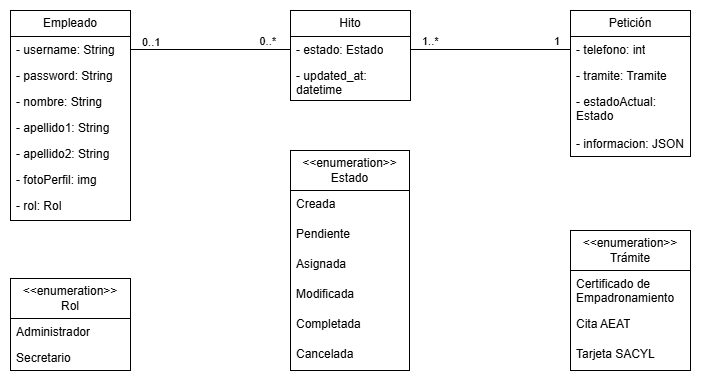
Earlier version of the draw.io export documents/img/diagramas/modelo_dominio.png (humaral/tfg). Source tidied: cells renumbered, new cells last; positions are measured from the earlier drawing's top-left corner, leaving out a move shared by most shapes.
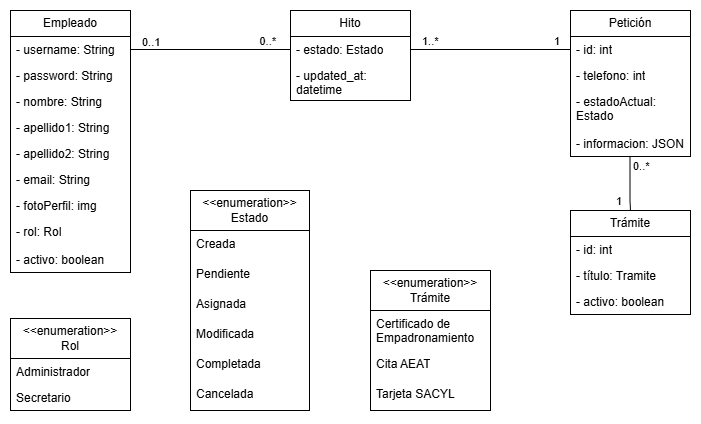
The same file after the commit.

What changed in the source:
```diff
@@ -3,7 +3,7 @@
     <mxCell id="0" />
     <mxCell id="1" parent="0" />
     <mxCell id="2" value="Empleado" style="swimlane;fontStyle=0;horizontal=1;startSize=26;fillColor=none;whiteSpace=wrap;html=1;" parent="1" vertex="1">
-      <mxGeometry width="120" height="210" as="geometry" />
+      <mxGeometry width="120" height="262" as="geometry" />
     </mxCell>
     <mxCell id="3" value="- username: String" style="text;strokeColor=none;fillColor=none;align=left;verticalAlign=top;spacingLeft=4;spacingRight=4;overflow=hidden;points=[[0,0.5],[1,0.5]];portConstraint=eastwest;whiteSpace=wrap;html=1;" parent="2" vertex="1">
       <mxGeometry y="26" width="120" height="26" as="geometry" />
@@ -20,12 +20,18 @@
     <mxCell id="7" value="- apellido2: String" style="text;strokeColor=none;fillColor=none;align=left;verticalAlign=top;spacingLeft=4;spacingRight=4;overflow=hidden;whiteSpace=wrap;html=1;" parent="2" vertex="1">
       <mxGeometry y="130" width="120" height="26" as="geometry" />
     </mxCell>
+    <mxCell id="38" value="- email: String" style="text;strokeColor=none;fillColor=none;align=left;verticalAlign=top;spacingLeft=4;spacingRight=4;overflow=hidden;whiteSpace=wrap;html=1;" parent="2" vertex="1">
+      <mxGeometry y="156" width="120" height="26" as="geometry" />
+    </mxCell>
     <mxCell id="8" value="- fotoPerfil: img" style="text;strokeColor=none;fillColor=none;align=left;verticalAlign=top;spacingLeft=4;spacingRight=4;overflow=hidden;whiteSpace=wrap;html=1;" parent="2" vertex="1">
-      <mxGeometry y="156" width="120" height="26" as="geometry" />
+      <mxGeometry y="182" width="120" height="26" as="geometry" />
     </mxCell>
     <mxCell id="9" value="- rol: Rol" style="text;strokeColor=none;fillColor=none;align=left;verticalAlign=top;spacingLeft=4;spacingRight=4;overflow=hidden;whiteSpace=wrap;html=1;" parent="2" vertex="1">
-      <mxGeometry y="182" width="120" height="28" as="geometry" />
+      <mxGeometry y="208" width="120" height="28" as="geometry" />
     </mxCell>
+    <mxCell id="39" value="- activo: boolean" style="text;strokeColor=none;fillColor=none;align=left;verticalAlign=top;spacingLeft=4;spacingRight=4;overflow=hidden;whiteSpace=wrap;html=1;" parent="2" vertex="1">
+      <mxGeometry y="236" width="120" height="26" as="geometry" />
+    </mxCell>
     <mxCell id="10" value="Hito" style="swimlane;fontStyle=0;horizontal=1;startSize=26;fillColor=none;whiteSpace=wrap;html=1;" parent="1" vertex="1">
       <mxGeometry x="280" width="120" height="90" as="geometry" />
     </mxCell>
@@ -38,12 +44,12 @@
     <mxCell id="13" value="Petición" style="swimlane;fontStyle=0;horizontal=1;startSize=26;fillColor=none;whiteSpace=wrap;html=1;" parent="1" vertex="1">
       <mxGeometry x="560" width="120" height="146" as="geometry" />
     </mxCell>
-    <mxCell id="14" value="- telefono: int" style="text;strokeColor=none;fillColor=none;align=left;verticalAlign=top;spacingLeft=4;spacingRight=4;overflow=hidden;points=[[0,0.5],[1,0.5]];portConstraint=eastwest;whiteSpace=wrap;html=1;" parent="13" vertex="1">
+    <mxCell id="14" value="- id: int" style="text;strokeColor=none;fillColor=none;align=left;verticalAlign=top;spacingLeft=4;spacingRight=4;overflow=hidden;points=[[0,0.5],[1,0.5]];portConstraint=eastwest;whiteSpace=wrap;html=1;" parent="13" vertex="1">
       <mxGeometry y="26" width="120" height="26" as="geometry" />
     </mxCell>
-    <mxCell id="15" value="- tramite: Tramite" style="text;strokeColor=none;fillColor=none;align=left;verticalAlign=top;spacingLeft=4;spacingRight=4;overflow=hidden;whiteSpace=wrap;html=1;" parent="13" vertex="1">
-      <mxGeometry y="52" width="120" height="26" as="geometry" />
-    </mxCell>
+    <mxCell id="40" value="- telefono: int" style="text;strokeColor=none;fillColor=none;align=left;verticalAlign=top;spacingLeft=4;spacingRight=4;overflow=hidden;whiteSpace=wrap;html=1;" parent="13" vertex="1">
+      <mxGeometry y="52" width="120" height="26" as="geometry" />
+    </mxCell>
     <mxCell id="16" value="- estadoActual: Estado" style="text;strokeColor=none;fillColor=none;align=left;verticalAlign=top;spacingLeft=4;spacingRight=4;overflow=hidden;whiteSpace=wrap;html=1;" parent="13" vertex="1">
       <mxGeometry y="78" width="120" height="42" as="geometry" />
     </mxCell>
@@ -51,7 +57,7 @@
       <mxGeometry y="120" width="120" height="26" as="geometry" />
     </mxCell>
     <mxCell id="18" value="&lt;div&gt;&amp;lt;&amp;lt;enumeration&amp;gt;&amp;gt;&lt;/div&gt;Rol" style="swimlane;fontStyle=0;horizontal=1;startSize=40;fillColor=none;whiteSpace=wrap;html=1;" parent="1" vertex="1">
-      <mxGeometry y="268" width="120" height="92" as="geometry" />
+      <mxGeometry y="308" width="120" height="92" as="geometry" />
     </mxCell>
     <mxCell id="19" value="Administrador" style="text;strokeColor=none;fillColor=none;align=left;verticalAlign=top;spacingLeft=4;spacingRight=4;overflow=hidden;whiteSpace=wrap;html=1;" parent="18" vertex="1">
       <mxGeometry y="40" width="120" height="26" as="geometry" />
@@ -60,7 +66,7 @@
       <mxGeometry y="66" width="120" height="26" as="geometry" />
     </mxCell>
     <mxCell id="21" value="&lt;div&gt;&amp;lt;&amp;lt;enumeration&amp;gt;&amp;gt;&lt;/div&gt;Trámite" style="swimlane;fontStyle=0;horizontal=1;startSize=40;fillColor=none;whiteSpace=wrap;html=1;" parent="1" vertex="1">
-      <mxGeometry x="560" y="220" width="120" height="140" as="geometry" />
+      <mxGeometry x="360" y="260" width="120" height="140" as="geometry" />
     </mxCell>
     <mxCell id="22" value="Certificado de Empadronamiento" style="text;strokeColor=none;fillColor=none;align=left;verticalAlign=top;spacingLeft=4;spacingRight=4;overflow=hidden;whiteSpace=wrap;html=1;" parent="21" vertex="1">
       <mxGeometry y="40" width="120" height="40" as="geometry" />
@@ -72,7 +78,7 @@
       <mxGeometry y="110" width="120" height="30" as="geometry" />
     </mxCell>
     <mxCell id="25" value="&lt;div&gt;&amp;lt;&amp;lt;enumeration&amp;gt;&amp;gt;&lt;/div&gt;Estado" style="swimlane;fontStyle=0;horizontal=1;startSize=40;fillColor=none;whiteSpace=wrap;html=1;" parent="1" vertex="1">
-      <mxGeometry x="280" y="140" width="119" height="220" as="geometry" />
+      <mxGeometry x="180" y="180" width="119" height="220" as="geometry" />
     </mxCell>
     <mxCell id="26" value="Creada" style="text;strokeColor=none;fillColor=none;align=left;verticalAlign=top;spacingLeft=4;spacingRight=4;overflow=hidden;whiteSpace=wrap;html=1;" parent="25" vertex="1">
       <mxGeometry y="40" width="119" height="30" as="geometry" />
@@ -118,5 +124,35 @@
         <mxPoint x="-10" as="offset" />
       </mxGeometry>
     </mxCell>
+    <mxCell id="41" value="Trámite" style="swimlane;fontStyle=0;horizontal=1;startSize=26;fillColor=none;whiteSpace=wrap;html=1;" parent="1" vertex="1">
+      <mxGeometry x="560" y="200" width="120" height="104" as="geometry" />
+    </mxCell>
+    <mxCell id="42" value="- id: int" style="text;strokeColor=none;fillColor=none;align=left;verticalAlign=top;spacingLeft=4;spacingRight=4;overflow=hidden;whiteSpace=wrap;html=1;" parent="41" vertex="1">
+      <mxGeometry y="26" width="120" height="26" as="geometry" />
+    </mxCell>
+    <mxCell id="43" value="- título: Tramite" style="text;strokeColor=none;fillColor=none;align=left;verticalAlign=top;spacingLeft=4;spacingRight=4;overflow=hidden;whiteSpace=wrap;html=1;" parent="41" vertex="1">
+      <mxGeometry y="52" width="120" height="26" as="geometry" />
+    </mxCell>
+    <mxCell id="44" value="- activo: boolean" style="text;strokeColor=none;fillColor=none;align=left;verticalAlign=top;spacingLeft=4;spacingRight=4;overflow=hidden;whiteSpace=wrap;html=1;" parent="41" vertex="1">
+      <mxGeometry y="78" width="120" height="26" as="geometry" />
+    </mxCell>
+    <mxCell id="45" style="endArrow=none;html=1;edgeStyle=orthogonalEdgeStyle;rounded=0;entryX=0.5;entryY=0;entryDx=0;entryDy=0;exitX=0.496;exitY=0.987;exitDx=0;exitDy=0;exitPerimeter=0;" parent="1" edge="1" source="17" target="41">
+      <mxGeometry relative="1" as="geometry">
+        <Array as="points">
+          <mxPoint x="620" y="190" />
+          <mxPoint x="620" y="190" />
+        </Array>
+      </mxGeometry>
+    </mxCell>
+    <mxCell id="46" value="0..*" style="edgeLabel;html=1;align=left;verticalAlign=bottom;" parent="45" vertex="1">
+      <mxGeometry x="-1" relative="1" as="geometry">
+        <mxPoint x="1" y="19" as="offset" />
+      </mxGeometry>
+    </mxCell>
+    <mxCell id="47" value="1" style="edgeLabel;html=1;align=right;verticalAlign=bottom;" parent="45" vertex="1">
+      <mxGeometry x="1" relative="1" as="geometry">
+        <mxPoint x="-8" y="-1" as="offset" />
+      </mxGeometry>
+    </mxCell>
   </root>
 </mxGraphModel>
```
